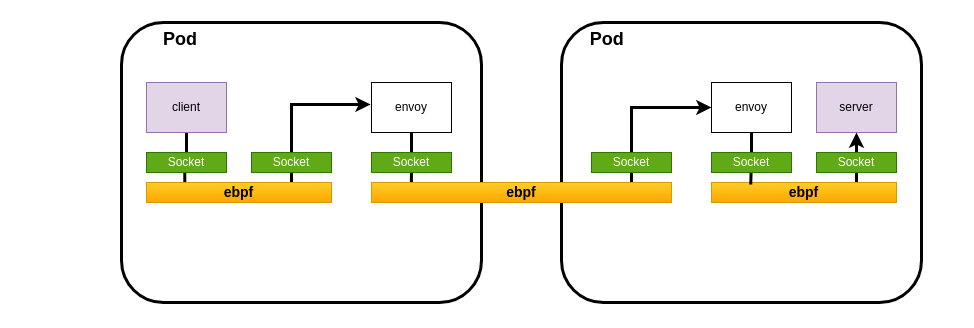
xu1zhou/Documents keeps this draw.io diagram as sidecar datapath after ebpf.drawio. Above is the earlier version. Source tidied: cells renumbered, new cells numbered last; positions are measured from the earlier drawing's top-left corner, leaving out a move shared by most shapes. Both pictures are drawn from the tidied source at 100%, with x=0, y=0 at pixel (121, 22).
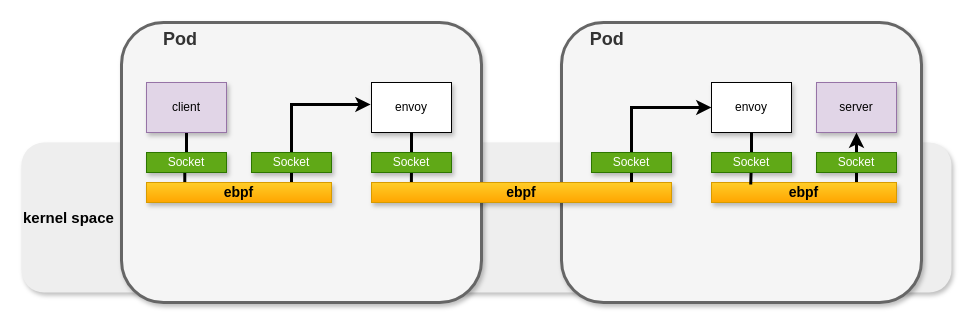
Above is the later version.

Diff of the diagram source:
```diff
@@
+    <mxCell id="23" value="&lt;b&gt;&lt;font style=&quot;font-size: 15px&quot;&gt;kernel space&lt;/font&gt;&lt;/b&gt;" style="rounded=1;whiteSpace=wrap;html=1;shadow=1;align=left;fillColor=#eeeeee;strokeColor=none;" parent="1" vertex="1">
+      <mxGeometry x="-100" y="120" width="930" height="150" as="geometry" />
+    </mxCell>
-    <mxCell id="2" value="&lt;font style=&quot;font-size: 18px&quot;&gt;&lt;b&gt;&amp;nbsp; &amp;nbsp; &amp;nbsp; &amp;nbsp; &lt;font style=&quot;font-size: 18px&quot;&gt;Pod&lt;/font&gt;&lt;/b&gt;&lt;/font&gt;" style="rounded=1;whiteSpace=wrap;html=1;align=left;verticalAlign=top;fontSize=13;strokeWidth=3;" parent="1" vertex="1">
+    <mxCell id="2" value="&lt;font style=&quot;font-size: 18px&quot;&gt;&lt;b&gt;&amp;nbsp; &amp;nbsp; &amp;nbsp; &amp;nbsp; &lt;font style=&quot;font-size: 18px&quot;&gt;Pod&lt;/font&gt;&lt;/b&gt;&lt;/font&gt;" style="rounded=1;whiteSpace=wrap;html=1;align=left;verticalAlign=top;fontSize=13;strokeWidth=3;shadow=1;fillColor=#f5f5f5;strokeColor=#666666;fontColor=#333333;" parent="1" vertex="1">
       <mxGeometry width="360" height="280" as="geometry" />
     </mxCell>
@@
-    <mxCell id="4" value="client" style="rounded=0;whiteSpace=wrap;html=1;fillColor=#e1d5e7;strokeColor=#9673a6;" parent="1" vertex="1">
+    <mxCell id="4" value="client" style="rounded=0;whiteSpace=wrap;html=1;fillColor=#e1d5e7;strokeColor=#9673a6;shadow=1;" parent="1" vertex="1">
       <mxGeometry x="25" y="60" width="80" height="50" as="geometry" />
     </mxCell>
-    <mxCell id="5" value="Socket" style="rounded=0;whiteSpace=wrap;html=1;fillColor=#60a917;strokeColor=#2D7600;fontColor=#ffffff;" parent="1" vertex="1">
+    <mxCell id="5" value="Socket" style="rounded=0;whiteSpace=wrap;html=1;fillColor=#60a917;strokeColor=#2D7600;fontColor=#ffffff;shadow=1;" parent="1" vertex="1">
       <mxGeometry x="25" y="130" width="80" height="20" as="geometry" />
     </mxCell>
@@
-    <mxCell id="7" value="&lt;font style=&quot;font-size: 14px&quot;&gt;&lt;b&gt;ebpf&lt;/b&gt;&lt;/font&gt;" style="rounded=0;whiteSpace=wrap;html=1;fillColor=#ffcd28;strokeColor=#d79b00;gradientColor=#ffa500;" parent="1" vertex="1">
+    <mxCell id="7" value="&lt;font style=&quot;font-size: 14px&quot;&gt;&lt;b&gt;ebpf&lt;/b&gt;&lt;/font&gt;" style="rounded=0;whiteSpace=wrap;html=1;fillColor=#ffcd28;strokeColor=#d79b00;gradientColor=#ffa500;shadow=1;" parent="1" vertex="1">
       <mxGeometry x="25" y="160" width="185" height="20" as="geometry" />
     </mxCell>
-    <mxCell id="8" value="Socket" style="rounded=0;whiteSpace=wrap;html=1;fillColor=#60a917;strokeColor=#2D7600;fontColor=#ffffff;" parent="1" vertex="1">
+    <mxCell id="8" value="Socket" style="rounded=0;whiteSpace=wrap;html=1;fillColor=#60a917;strokeColor=#2D7600;fontColor=#ffffff;shadow=1;" parent="1" vertex="1">
       <mxGeometry x="130" y="130" width="80" height="20" as="geometry" />
     </mxCell>
@@
-    <mxCell id="10" value="envoy" style="rounded=0;whiteSpace=wrap;html=1;" parent="1" vertex="1">
+    <mxCell id="10" value="envoy" style="rounded=0;whiteSpace=wrap;html=1;shadow=1;" parent="1" vertex="1">
       <mxGeometry x="250" y="60" width="80" height="50" as="geometry" />
     </mxCell>
-    <mxCell id="11" value="Socket" style="rounded=0;whiteSpace=wrap;html=1;fillColor=#60a917;strokeColor=#2D7600;fontColor=#ffffff;" parent="1" vertex="1">
+    <mxCell id="11" value="Socket" style="rounded=0;whiteSpace=wrap;html=1;fillColor=#60a917;strokeColor=#2D7600;fontColor=#ffffff;shadow=1;" parent="1" vertex="1">
       <mxGeometry x="250" y="130" width="80" height="20" as="geometry" />
     </mxCell>
-    <mxCell id="12" value="&lt;span&gt;&amp;nbsp; &amp;nbsp; &amp;nbsp; &amp;nbsp;&amp;nbsp;&lt;/span&gt;&lt;b&gt;&lt;font style=&quot;font-size: 18px&quot;&gt;Pod&lt;/font&gt;&lt;/b&gt;" style="rounded=1;whiteSpace=wrap;html=1;align=left;verticalAlign=top;strokeWidth=3;" parent="1" vertex="1">
+    <mxCell id="12" value="&lt;span&gt;&amp;nbsp; &amp;nbsp; &amp;nbsp; &amp;nbsp;&amp;nbsp;&lt;/span&gt;&lt;b&gt;&lt;font style=&quot;font-size: 18px&quot;&gt;Pod&lt;/font&gt;&lt;/b&gt;" style="rounded=1;whiteSpace=wrap;html=1;align=left;verticalAlign=top;strokeWidth=3;shadow=1;fillColor=#f5f5f5;strokeColor=#666666;fontColor=#333333;" parent="1" vertex="1">
       <mxGeometry x="440" width="360" height="280" as="geometry" />
     </mxCell>
-    <mxCell id="13" value="server" style="rounded=0;whiteSpace=wrap;html=1;fillColor=#e1d5e7;strokeColor=#9673a6;" parent="1" vertex="1">
+    <mxCell id="13" value="server" style="rounded=0;whiteSpace=wrap;html=1;fillColor=#e1d5e7;strokeColor=#9673a6;shadow=1;" parent="1" vertex="1">
       <mxGeometry x="695" y="60" width="80" height="50" as="geometry" />
     </mxCell>
@@
-    <mxCell id="15" value="&lt;font style=&quot;font-size: 14px&quot;&gt;&lt;b&gt;ebpf&lt;/b&gt;&lt;/font&gt;" style="rounded=0;whiteSpace=wrap;html=1;fillColor=#ffcd28;strokeColor=#d79b00;gradientColor=#ffa500;" parent="1" vertex="1">
+    <mxCell id="15" value="&lt;font style=&quot;font-size: 14px&quot;&gt;&lt;b&gt;ebpf&lt;/b&gt;&lt;/font&gt;" style="rounded=0;whiteSpace=wrap;html=1;fillColor=#ffcd28;strokeColor=#d79b00;gradientColor=#ffa500;shadow=1;" parent="1" vertex="1">
       <mxGeometry x="590" y="160" width="185" height="20" as="geometry" />
     </mxCell>
-    <mxCell id="16" value="Socket" style="rounded=0;whiteSpace=wrap;html=1;fillColor=#60a917;strokeColor=#2D7600;fontColor=#ffffff;" parent="1" vertex="1">
+    <mxCell id="16" value="Socket" style="rounded=0;whiteSpace=wrap;html=1;fillColor=#60a917;strokeColor=#2D7600;fontColor=#ffffff;shadow=1;" parent="1" vertex="1">
       <mxGeometry x="695" y="130" width="80" height="20" as="geometry" />
     </mxCell>
@@
-    <mxCell id="18" value="envoy" style="rounded=0;whiteSpace=wrap;html=1;" parent="1" vertex="1">
+    <mxCell id="18" value="envoy" style="rounded=0;whiteSpace=wrap;html=1;shadow=1;" parent="1" vertex="1">
       <mxGeometry x="590" y="60" width="80" height="50" as="geometry" />
     </mxCell>
-    <mxCell id="19" value="Socket" style="rounded=0;whiteSpace=wrap;html=1;fillColor=#60a917;strokeColor=#2D7600;fontColor=#ffffff;" parent="1" vertex="1">
+    <mxCell id="19" value="Socket" style="rounded=0;whiteSpace=wrap;html=1;fillColor=#60a917;strokeColor=#2D7600;fontColor=#ffffff;shadow=1;" parent="1" vertex="1">
       <mxGeometry x="590" y="130" width="80" height="20" as="geometry" />
     </mxCell>
@@
-    <mxCell id="21" value="&lt;font style=&quot;font-size: 14px&quot;&gt;&lt;b&gt;ebpf&lt;/b&gt;&lt;/font&gt;" style="rounded=0;whiteSpace=wrap;html=1;fillColor=#ffcd28;strokeColor=#d79b00;gradientColor=#ffa500;" parent="1" vertex="1">
+    <mxCell id="21" value="&lt;font style=&quot;font-size: 14px&quot;&gt;&lt;b&gt;ebpf&lt;/b&gt;&lt;/font&gt;" style="rounded=0;whiteSpace=wrap;html=1;fillColor=#ffcd28;strokeColor=#d79b00;gradientColor=#ffa500;shadow=1;" parent="1" vertex="1">
       <mxGeometry x="250" y="160" width="300" height="20" as="geometry" />
     </mxCell>
-    <mxCell id="22" value="Socket" style="rounded=0;whiteSpace=wrap;html=1;fillColor=#60a917;strokeColor=#2D7600;fontColor=#ffffff;" parent="1" vertex="1">
+    <mxCell id="22" value="Socket" style="rounded=0;whiteSpace=wrap;html=1;fillColor=#60a917;strokeColor=#2D7600;fontColor=#ffffff;shadow=1;" parent="1" vertex="1">
       <mxGeometry x="470" y="130" width="80" height="20" as="geometry" />
     </mxCell>
```
